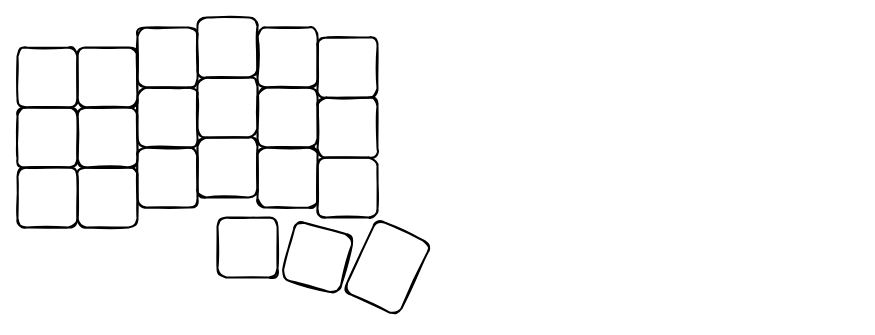
zhushenzhi/corneone keeps this draw.io diagram as key_mapping.drawio. Above is the earlier version. Source tidied: cells renumbered, new cells numbered last; positions are measured from the earlier drawing's top-left corner, leaving out a move shared by most shapes. Both pictures are drawn from the tidied source at 100%, with x=0, y=0 at pixel (17, 17).
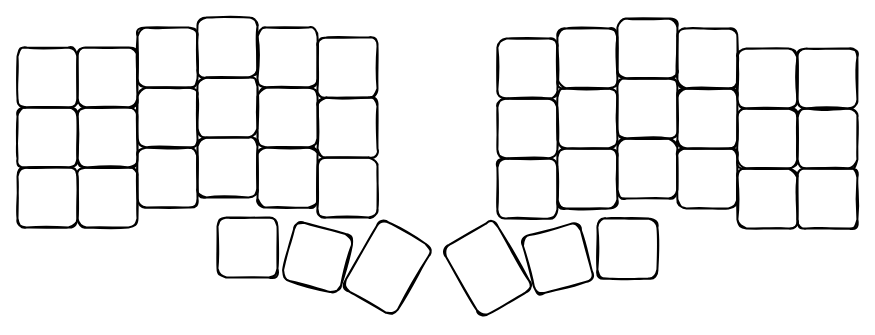
The same diagram, later.

The change refers to these unchanged cells:
```xml
<mxCell id="2" style="group;" parent="1" vertex="1">
  <mxGeometry width="413.9" height="298.9" as="geometry" />
</mxCell>
```

Change to the diagram source:
```diff
@@
-    <mxCell id="23" style="rounded=1;whiteSpace=wrap;html=1;strokeWidth=2;fillWeight=4;hachureGap=8;hachureAngle=45;fillColor=none;sketch=1;fillStyle=dashed;rotation=25;" parent="2" vertex="1">
+    <mxCell id="23" style="rounded=1;whiteSpace=wrap;html=1;strokeWidth=2;fillWeight=4;hachureGap=8;hachureAngle=45;fillColor=none;sketch=1;fillStyle=dashed;rotation=30;" parent="2" vertex="1">
       <mxGeometry x="339.9" y="210.4" width="60" height="79.5" as="geometry" />
     </mxCell>
+    <mxCell id="24" style="group;flipH=1;" parent="1" vertex="1">
+      <mxGeometry x="426" y="1" width="413.9" height="298.9" as="geometry" />
+    </mxCell>
+    <mxCell id="25" style="rounded=1;whiteSpace=wrap;html=1;strokeWidth=2;fillWeight=4;hachureGap=8;hachureAngle=45;fillColor=none;sketch=1;fillStyle=dashed;" parent="24" vertex="1">
+      <mxGeometry x="353.9" y="30" width="60" height="60" as="geometry" />
+    </mxCell>
+    <mxCell id="26" style="rounded=1;whiteSpace=wrap;html=1;strokeWidth=2;fillWeight=4;hachureGap=8;hachureAngle=45;fillColor=none;sketch=1;" parent="24" vertex="1">
+      <mxGeometry x="293.9" y="30" width="60" height="60" as="geometry" />
+    </mxCell>
+    <mxCell id="27" style="rounded=1;whiteSpace=wrap;html=1;strokeWidth=2;fillWeight=4;hachureGap=8;hachureAngle=45;fillColor=none;sketch=1;" parent="24" vertex="1">
+      <mxGeometry x="53.9" y="20" width="60" height="60" as="geometry" />
+    </mxCell>
+    <mxCell id="28" style="rounded=1;whiteSpace=wrap;html=1;strokeWidth=2;fillWeight=4;hachureGap=8;hachureAngle=45;fillColor=none;sketch=1;" parent="24" vertex="1">
+      <mxGeometry x="233.9" y="10" width="60" height="60" as="geometry" />
+    </mxCell>
+    <mxCell id="29" style="rounded=1;whiteSpace=wrap;html=1;strokeWidth=2;fillWeight=4;hachureGap=8;hachureAngle=45;fillColor=none;sketch=1;" parent="24" vertex="1">
+      <mxGeometry x="173.9" width="60" height="60" as="geometry" />
+    </mxCell>
+    <mxCell id="30" style="rounded=1;whiteSpace=wrap;html=1;strokeWidth=2;fillWeight=4;hachureGap=8;hachureAngle=45;fillColor=none;sketch=1;" parent="24" vertex="1">
+      <mxGeometry x="113.9" y="10" width="60" height="60" as="geometry" />
+    </mxCell>
+    <mxCell id="31" style="rounded=1;whiteSpace=wrap;html=1;strokeWidth=2;fillWeight=4;hachureGap=8;hachureAngle=45;fillColor=none;sketch=1;" parent="24" vertex="1">
+      <mxGeometry x="353.9" y="90" width="60" height="60" as="geometry" />
+    </mxCell>
+    <mxCell id="32" style="rounded=1;whiteSpace=wrap;html=1;strokeWidth=2;fillWeight=4;hachureGap=8;hachureAngle=45;fillColor=none;sketch=1;" parent="24" vertex="1">
+      <mxGeometry x="293.9" y="90" width="60" height="60" as="geometry" />
+    </mxCell>
+    <mxCell id="33" style="rounded=1;whiteSpace=wrap;html=1;strokeWidth=2;fillWeight=4;hachureGap=8;hachureAngle=45;fillColor=none;sketch=1;" parent="24" vertex="1">
+      <mxGeometry x="53.9" y="80" width="60" height="60" as="geometry" />
+    </mxCell>
+    <mxCell id="34" style="rounded=1;whiteSpace=wrap;html=1;strokeWidth=2;fillWeight=4;hachureGap=8;hachureAngle=45;fillColor=none;sketch=1;" parent="24" vertex="1">
+      <mxGeometry x="233.9" y="70" width="60" height="60" as="geometry" />
+    </mxCell>
+    <mxCell id="35" style="rounded=1;whiteSpace=wrap;html=1;strokeWidth=2;fillWeight=4;hachureGap=8;hachureAngle=45;fillColor=none;sketch=1;" parent="24" vertex="1">
+      <mxGeometry x="173.9" y="60" width="60" height="60" as="geometry" />
+    </mxCell>
+    <mxCell id="36" style="rounded=1;whiteSpace=wrap;html=1;strokeWidth=2;fillWeight=4;hachureGap=8;hachureAngle=45;fillColor=none;sketch=1;" parent="24" vertex="1">
+      <mxGeometry x="113.9" y="70" width="60" height="60" as="geometry" />
+    </mxCell>
+    <mxCell id="37" style="rounded=1;whiteSpace=wrap;html=1;strokeWidth=2;fillWeight=4;hachureGap=8;hachureAngle=45;fillColor=none;sketch=1;" parent="24" vertex="1">
+      <mxGeometry x="353.9" y="150" width="60" height="60" as="geometry" />
+    </mxCell>
+    <mxCell id="38" style="rounded=1;whiteSpace=wrap;html=1;strokeWidth=2;fillWeight=4;hachureGap=8;hachureAngle=45;fillColor=none;sketch=1;" parent="24" vertex="1">
+      <mxGeometry x="293.9" y="150" width="60" height="60" as="geometry" />
+    </mxCell>
+    <mxCell id="39" style="rounded=1;whiteSpace=wrap;html=1;strokeWidth=2;fillWeight=4;hachureGap=8;hachureAngle=45;fillColor=none;sketch=1;" parent="24" vertex="1">
+      <mxGeometry x="53.9" y="140" width="60" height="60" as="geometry" />
+    </mxCell>
+    <mxCell id="40" style="rounded=1;whiteSpace=wrap;html=1;strokeWidth=2;fillWeight=4;hachureGap=8;hachureAngle=45;fillColor=none;sketch=1;" parent="24" vertex="1">
+      <mxGeometry x="233.9" y="130" width="60" height="60" as="geometry" />
+    </mxCell>
+    <mxCell id="41" style="rounded=1;whiteSpace=wrap;html=1;strokeWidth=2;fillWeight=4;hachureGap=8;hachureAngle=45;fillColor=none;sketch=1;" parent="24" vertex="1">
+      <mxGeometry x="173.9" y="120" width="60" height="60" as="geometry" />
+    </mxCell>
+    <mxCell id="42" style="rounded=1;whiteSpace=wrap;html=1;strokeWidth=2;fillWeight=4;hachureGap=8;hachureAngle=45;fillColor=none;sketch=1;" parent="24" vertex="1">
+      <mxGeometry x="113.9" y="130" width="60" height="60" as="geometry" />
+    </mxCell>
+    <mxCell id="43" style="group;flipH=1;rotation=0;" parent="1" vertex="1">
+      <mxGeometry x="426" y="201" width="213.9" height="98.9" as="geometry" />
+    </mxCell>
+    <mxCell id="44" style="rounded=1;whiteSpace=wrap;html=1;strokeWidth=2;fillWeight=4;hachureGap=8;hachureAngle=45;fillColor=none;sketch=1;fillStyle=dashed;" parent="43" vertex="1">
+      <mxGeometry x="153.9" width="60" height="60" as="geometry" />
+    </mxCell>
+    <mxCell id="45" style="rounded=1;whiteSpace=wrap;html=1;strokeWidth=2;fillWeight=4;hachureGap=8;hachureAngle=45;fillColor=none;sketch=1;fillStyle=dashed;rotation=-15;" parent="43" vertex="1">
+      <mxGeometry x="83.9" y="10" width="60" height="60" as="geometry" />
+    </mxCell>
+    <mxCell id="46" style="rounded=1;whiteSpace=wrap;html=1;strokeWidth=2;fillWeight=4;hachureGap=8;hachureAngle=45;fillColor=none;sketch=1;fillStyle=dashed;rotation=-30;" parent="43" vertex="1">
+      <mxGeometry x="14" y="10.4" width="60" height="79.5" as="geometry" />
+    </mxCell>
```
